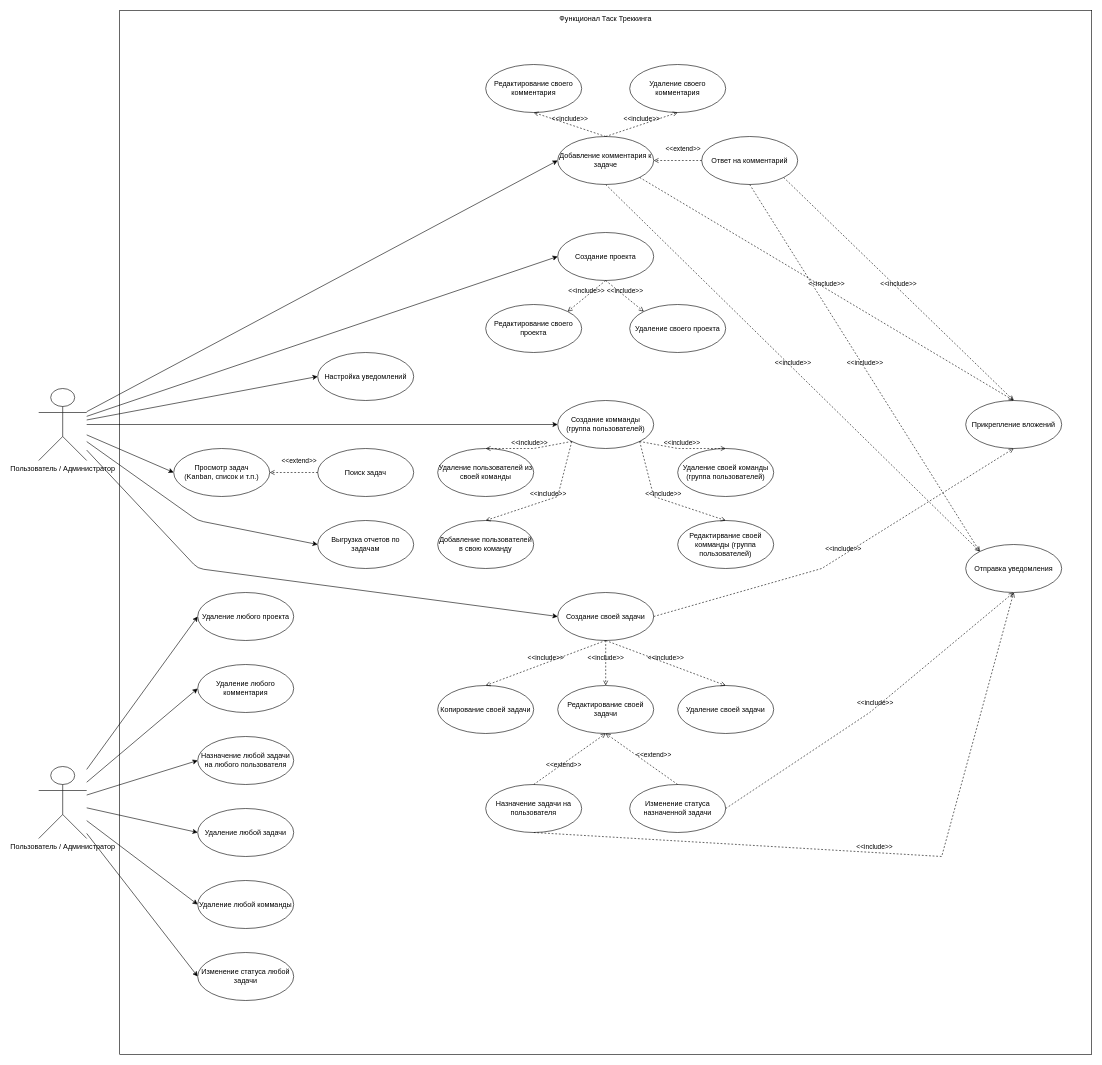
Before: Description/TaskTracking/TaskTracking_User.drawio in Fox5113/corporate-social-system, a draw.io diagram. Source tidied: cells renumbered, new cells numbered last; positions are measured from the earlier drawing's top-left corner, leaving out a move shared by most shapes. Both pictures are drawn from the tidied source at 60%, with x=0, y=0 at pixel (38, 10).
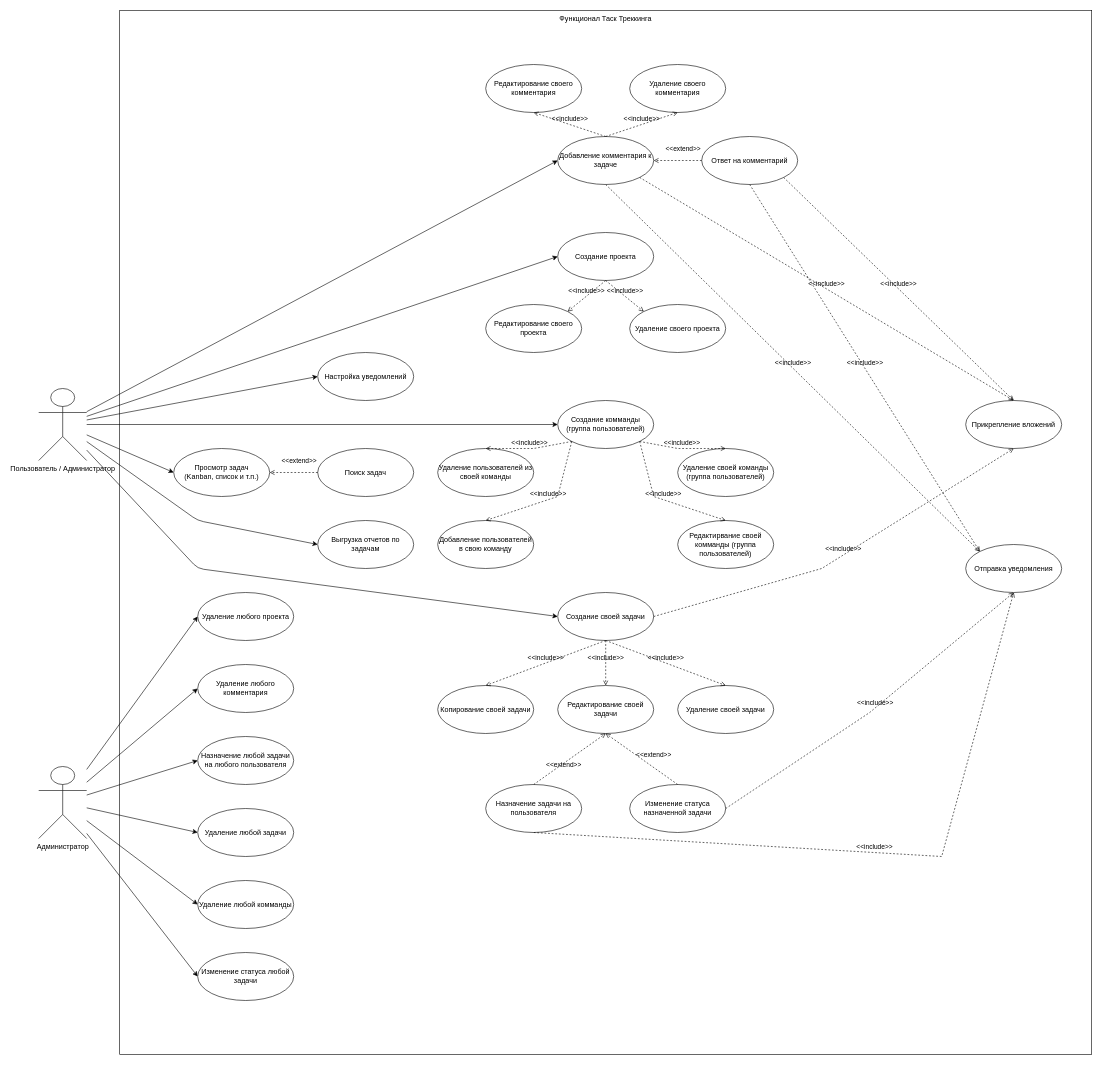
The same page after the edit.

What changed in the source:
```diff
@@
-    <mxCell id="63" value="Пользователь / Администратор" style="shape=umlActor;verticalLabelPosition=bottom;verticalAlign=top;html=1;outlineConnect=0;" parent="1" vertex="1">
+    <mxCell id="63" value="Администратор" style="shape=umlActor;verticalLabelPosition=bottom;verticalAlign=top;html=1;outlineConnect=0;" parent="1" vertex="1">
       <mxGeometry y="1260" width="80" height="120" as="geometry" />
     </mxCell>
```
